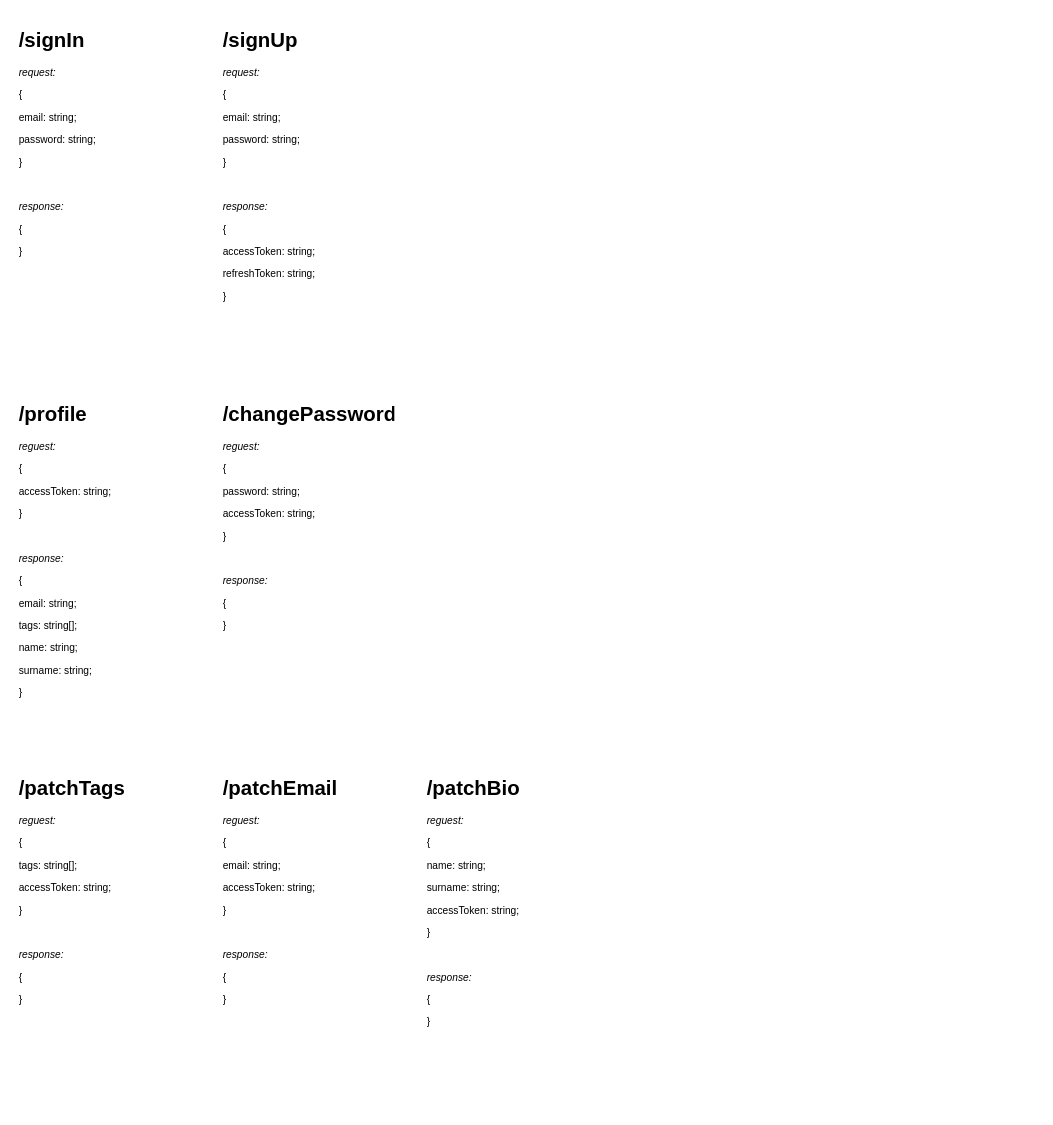
Above: page "ApiGateway" (2 of 3) of news-alert-architecture.drawio in ythosa/habranews (draw.io), before the change. Source tidied: cells renumbered, new cells numbered last; positions are measured from the earlier drawing's top-left corner, leaving out a move shared by most shapes. Both pictures are drawn from the tidied source at 85%, with x=0, y=0 at pixel (14, 23).
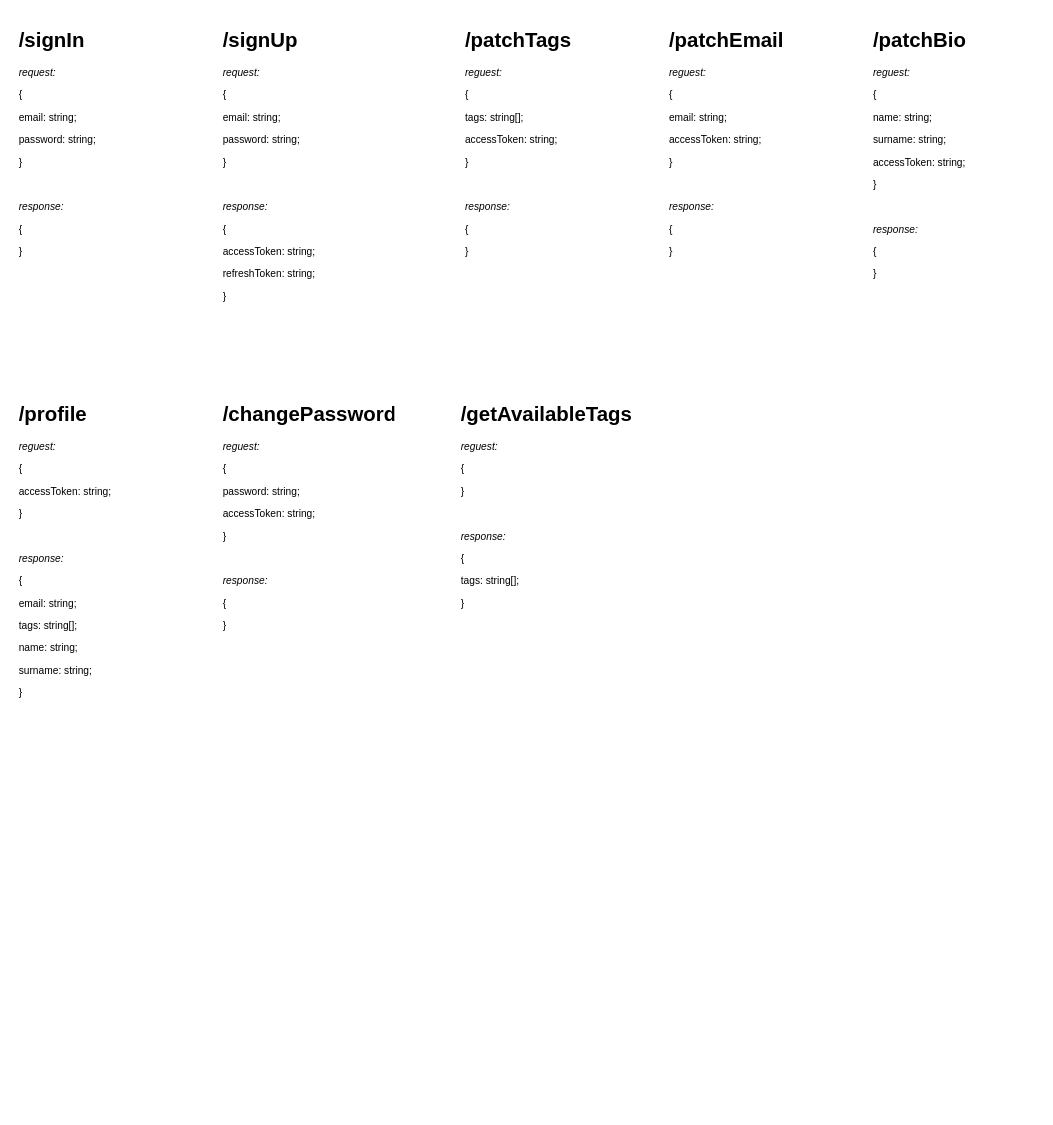
The same diagram, later.

What changed in the source:
```diff
@@
 <mxGraphModel>
   <root>
     <mxCell id="0" />
     <mxCell id="1" parent="0" />
     <mxCell id="2" value="&lt;h1&gt;/signIn&lt;/h1&gt;&lt;div&gt;&lt;i&gt;request:&lt;/i&gt;&lt;/div&gt;&lt;p&gt;{&amp;nbsp;&lt;/p&gt;&lt;p&gt;email: string;&lt;/p&gt;&lt;p&gt;password: string;&lt;/p&gt;&lt;p&gt;}&lt;/p&gt;&lt;p&gt;&lt;br&gt;&lt;/p&gt;&lt;p&gt;&lt;i&gt;response:&lt;/i&gt;&lt;/p&gt;&lt;p&gt;{&lt;/p&gt;&lt;p&gt;}&lt;/p&gt;" style="text;html=1;strokeColor=none;fillColor=none;spacing=5;spacingTop=-20;whiteSpace=wrap;overflow=hidden;rounded=0;" parent="1" vertex="1">
       <mxGeometry width="200" height="400" as="geometry" />
     </mxCell>
     <mxCell id="3" value="&lt;h1&gt;/profile&lt;/h1&gt;&lt;div&gt;&lt;i&gt;reguest:&lt;/i&gt;&lt;/div&gt;&lt;p&gt;{&amp;nbsp;&lt;/p&gt;&lt;p&gt;accessToken: string;&lt;/p&gt;&lt;p&gt;}&lt;/p&gt;&lt;p&gt;&lt;br&gt;&lt;/p&gt;&lt;p&gt;&lt;i&gt;response:&lt;/i&gt;&lt;/p&gt;&lt;p&gt;{&lt;/p&gt;&lt;p&gt;email: string;&lt;/p&gt;&lt;p&gt;tags: string[];&lt;/p&gt;&lt;p&gt;name: string;&lt;/p&gt;&lt;p&gt;surname: string;&lt;/p&gt;&lt;p&gt;}&lt;/p&gt;" style="text;html=1;strokeColor=none;fillColor=none;spacing=5;spacingTop=-20;whiteSpace=wrap;overflow=hidden;rounded=0;" parent="1" vertex="1">
       <mxGeometry y="440" width="200" height="400" as="geometry" />
     </mxCell>
     <mxCell id="4" value="&lt;h1&gt;/patchTags&lt;/h1&gt;&lt;div&gt;&lt;i&gt;reguest:&lt;/i&gt;&lt;/div&gt;&lt;p&gt;{&amp;nbsp;&lt;/p&gt;&lt;p&gt;tags: string[];&lt;/p&gt;&lt;p&gt;accessToken: string;&lt;/p&gt;&lt;p&gt;}&lt;/p&gt;&lt;p&gt;&lt;br&gt;&lt;/p&gt;&lt;p&gt;&lt;i&gt;response:&amp;nbsp;&lt;/i&gt;&lt;/p&gt;&lt;p&gt;{&lt;/p&gt;&lt;p&gt;}&lt;/p&gt;" style="text;html=1;strokeColor=none;fillColor=none;spacing=5;spacingTop=-20;whiteSpace=wrap;overflow=hidden;rounded=0;" parent="1" vertex="1">
-      <mxGeometry y="880" width="200" height="400" as="geometry" />
+      <mxGeometry x="525" width="200" height="400" as="geometry" />
     </mxCell>
     <mxCell id="5" value="&lt;h1&gt;/patchEmail&lt;/h1&gt;&lt;div&gt;&lt;i&gt;reguest:&lt;/i&gt;&lt;br&gt;&lt;/div&gt;&lt;p&gt;{&amp;nbsp;&lt;/p&gt;&lt;p&gt;email: string;&lt;/p&gt;&lt;p&gt;accessToken: string;&lt;/p&gt;&lt;p&gt;}&lt;/p&gt;&lt;p&gt;&lt;br&gt;&lt;/p&gt;&lt;p&gt;&lt;i&gt;response:&amp;nbsp;&lt;/i&gt;&lt;/p&gt;&lt;p&gt;{&lt;/p&gt;&lt;p&gt;}&lt;/p&gt;" style="text;html=1;strokeColor=none;fillColor=none;spacing=5;spacingTop=-20;whiteSpace=wrap;overflow=hidden;rounded=0;" parent="1" vertex="1">
-      <mxGeometry x="240" y="880" width="200" height="400" as="geometry" />
+      <mxGeometry x="765" width="200" height="400" as="geometry" />
     </mxCell>
     <mxCell id="6" value="&lt;h1&gt;/patchBio&lt;/h1&gt;&lt;div&gt;&lt;i&gt;reguest:&lt;/i&gt;&lt;br&gt;&lt;/div&gt;&lt;p&gt;{&amp;nbsp;&lt;/p&gt;&lt;p&gt;name: string;&lt;/p&gt;&lt;p&gt;surname: string;&lt;/p&gt;&lt;p&gt;accessToken: string;&lt;/p&gt;&lt;p&gt;}&lt;/p&gt;&lt;p&gt;&lt;br&gt;&lt;/p&gt;&lt;p&gt;&lt;i&gt;response:&amp;nbsp;&lt;/i&gt;&lt;/p&gt;&lt;p&gt;{&lt;/p&gt;&lt;p&gt;}&lt;/p&gt;" style="text;html=1;strokeColor=none;fillColor=none;spacing=5;spacingTop=-20;whiteSpace=wrap;overflow=hidden;rounded=0;" parent="1" vertex="1">
-      <mxGeometry x="480" y="880" width="200" height="400" as="geometry" />
+      <mxGeometry x="1005" width="200" height="400" as="geometry" />
     </mxCell>
     <mxCell id="7" value="&lt;h1&gt;/signUp&lt;/h1&gt;&lt;div&gt;&lt;i&gt;request:&lt;/i&gt;&lt;/div&gt;&lt;p&gt;{&amp;nbsp;&lt;/p&gt;&lt;p&gt;email: string;&lt;/p&gt;&lt;p&gt;password: string;&lt;/p&gt;&lt;p&gt;}&lt;/p&gt;&lt;p&gt;&lt;br&gt;&lt;/p&gt;&lt;p&gt;&lt;i&gt;response:&lt;/i&gt;&lt;/p&gt;&lt;p&gt;{&lt;/p&gt;&lt;p&gt;accessToken: string;&lt;/p&gt;&lt;p&gt;refreshToken: string;&lt;/p&gt;&lt;p&gt;}&lt;/p&gt;" style="text;html=1;strokeColor=none;fillColor=none;spacing=5;spacingTop=-20;whiteSpace=wrap;overflow=hidden;rounded=0;" parent="1" vertex="1">
       <mxGeometry x="240" width="190" height="400" as="geometry" />
     </mxCell>
     <mxCell id="8" value="&lt;h1&gt;/changePassword&lt;/h1&gt;&lt;div&gt;&lt;i&gt;reguest:&lt;/i&gt;&lt;br&gt;&lt;/div&gt;&lt;p&gt;{&amp;nbsp;&lt;/p&gt;&lt;p&gt;password: string;&lt;/p&gt;&lt;p&gt;accessToken: string;&lt;/p&gt;&lt;p&gt;}&lt;/p&gt;&lt;p&gt;&lt;br&gt;&lt;/p&gt;&lt;p&gt;&lt;i&gt;response:&amp;nbsp;&lt;/i&gt;&lt;/p&gt;&lt;p&gt;{&lt;/p&gt;&lt;p&gt;}&lt;/p&gt;" style="text;html=1;strokeColor=none;fillColor=none;spacing=5;spacingTop=-20;whiteSpace=wrap;overflow=hidden;rounded=0;" parent="1" vertex="1">
       <mxGeometry x="240" y="440" width="210" height="400" as="geometry" />
     </mxCell>
+    <mxCell id="9" value="&lt;h1&gt;/getAvailableTags&lt;/h1&gt;&lt;div&gt;&lt;i&gt;reguest:&lt;/i&gt;&lt;br&gt;&lt;/div&gt;&lt;p&gt;{&amp;nbsp;&lt;/p&gt;&lt;p&gt;&lt;span&gt;}&lt;/span&gt;&lt;br&gt;&lt;/p&gt;&lt;p&gt;&lt;br&gt;&lt;/p&gt;&lt;p&gt;&lt;i&gt;response:&amp;nbsp;&lt;/i&gt;&lt;/p&gt;&lt;p&gt;{&lt;/p&gt;&lt;p&gt;tags: string[];&lt;/p&gt;&lt;p&gt;}&lt;/p&gt;" style="text;html=1;strokeColor=none;fillColor=none;spacing=5;spacingTop=-20;whiteSpace=wrap;overflow=hidden;rounded=0;" parent="1" vertex="1">
+      <mxGeometry x="520" y="440" width="210" height="400" as="geometry" />
+    </mxCell>
   </root>
 </mxGraphModel>
```
